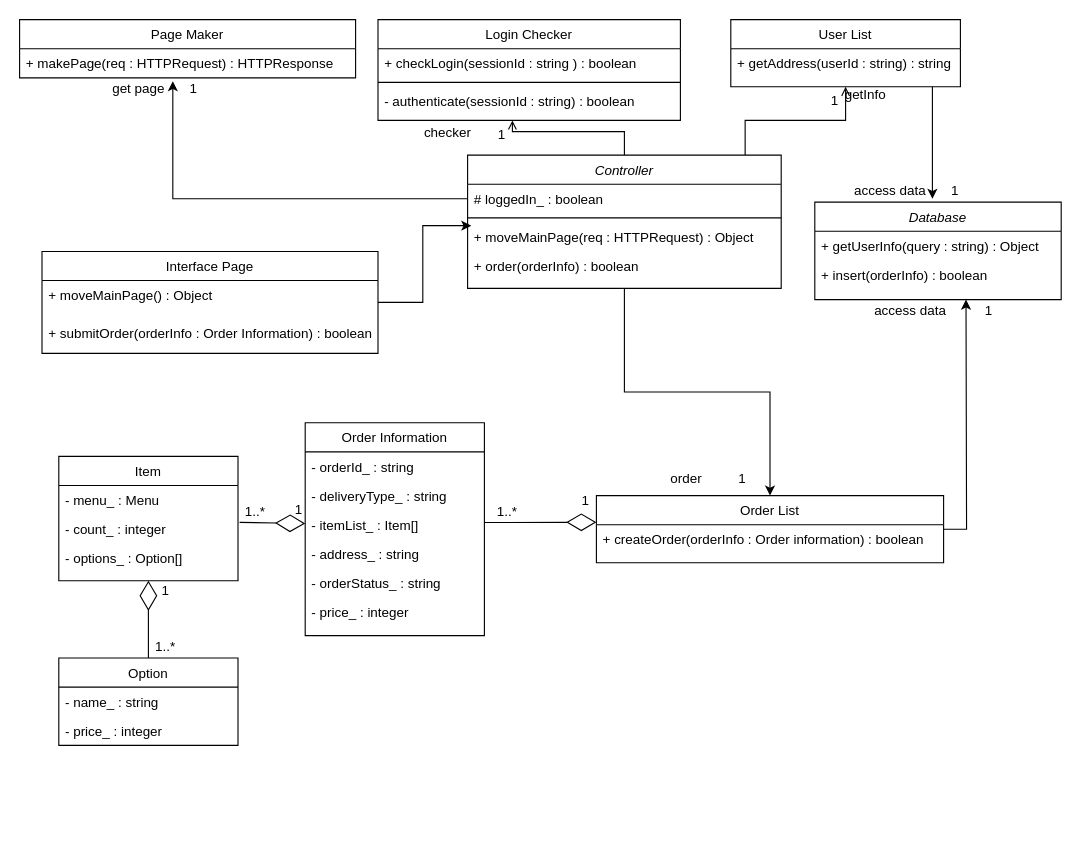
The draw.io diagram docs/SubgroupA_pizzaorder/A-class-diagram/A-UC-5-class-diagram.drawio in cau-sw-engineering-2021/online-pizza-ordering-system, before the edit. Source tidied: cells renumbered, new cells numbered last; positions are measured from the earlier drawing's top-left corner, leaving out a move shared by most shapes. Both pictures are drawn from the tidied source at 112%, with x=0, y=0 at pixel (19, 19).
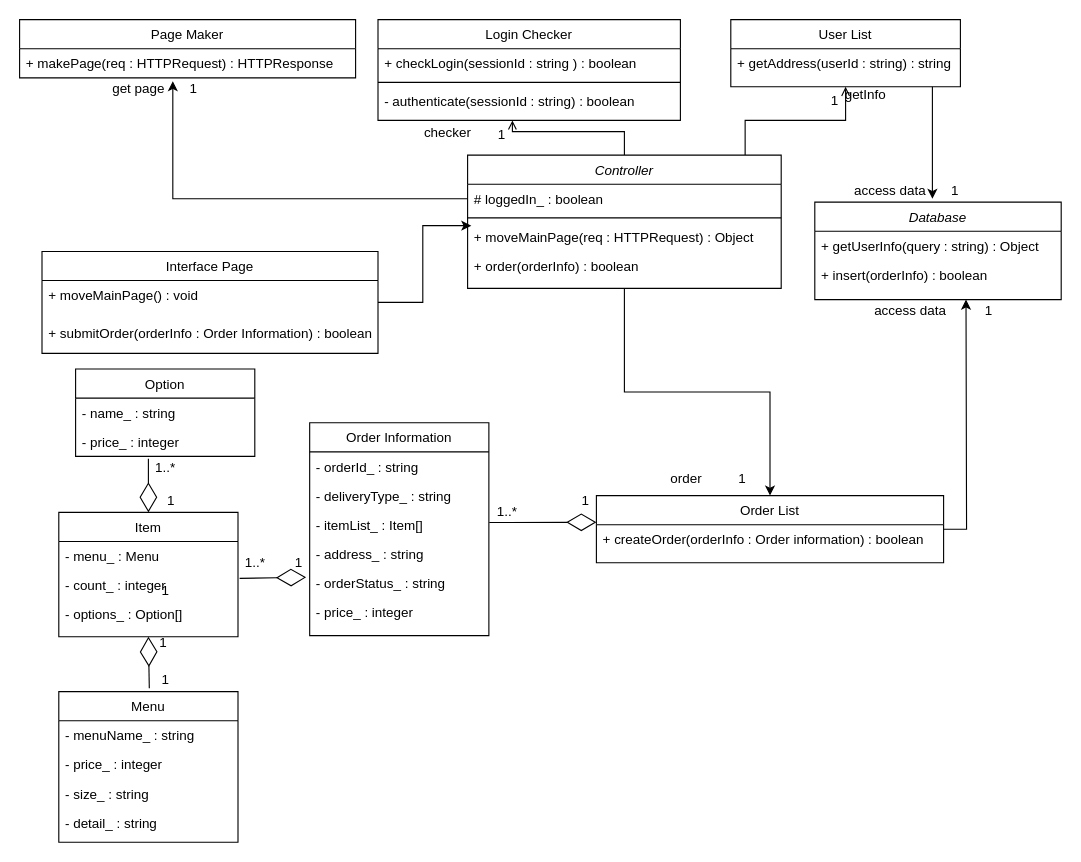
After the change.

Commit message:
Update a-uc-5 class diagram

add menu clsss

Unchanged cells that the change refers to:
```xml
<mxCell id="28" value="- orderStatus_ : string" style="text;align=left;verticalAlign=top;spacingLeft=4;spacingRight=4;overflow=hidden;points=[[0,0.5],[1,0.5]];portConstraint=eastwest;" parent="23" vertex="1">
  <mxGeometry y="130" width="160" height="26" as="geometry" />
</mxCell>
<mxCell id="39" value="Interface Page" style="swimlane;fontStyle=0;align=center;verticalAlign=top;horizontal=1;startSize=26;rounded=0;shadow=0;strokeWidth=1;" parent="1" vertex="1">
  <mxGeometry x="20" y="207" width="300" height="91" as="geometry" />
</mxCell>
<mxCell id="55" value="- count_ : integer" style="text;align=left;verticalAlign=top;spacingLeft=4;spacingRight=4;overflow=hidden;points=[[0,0.5],[1,0.5]];portConstraint=eastwest;" parent="53" vertex="1">
  <mxGeometry y="52" width="160" height="26" as="geometry" />
</mxCell>
```

What changed in the source:
```diff
@@
     <mxCell id="23" value="Order Information" style="swimlane;fontStyle=0;align=center;verticalAlign=top;horizontal=1;startSize=26;rounded=0;shadow=0;strokeWidth=1;" parent="1" vertex="1">
-      <mxGeometry x="255" y="360" width="160" height="190" as="geometry" />
+      <mxGeometry x="259" y="360" width="160" height="190" as="geometry" />
     </mxCell>
@@
-    <mxCell id="40" value="+ moveMainPage() : Object&#10;" style="text;align=left;verticalAlign=top;spacingLeft=4;spacingRight=4;overflow=hidden;" parent="39" vertex="1">
+    <mxCell id="40" value="+ moveMainPage() : void" style="text;align=left;verticalAlign=top;spacingLeft=4;spacingRight=4;overflow=hidden;" parent="39" vertex="1">
       <mxGeometry y="26" width="300" height="34" as="geometry" />
     </mxCell>
@@
-    <mxCell id="52" style="endArrow=diamondThin;endFill=0;endSize=24;html=1;exitX=1.009;exitY=0.264;exitDx=0;exitDy=0;exitPerimeter=0;entryX=0;entryY=0.397;entryDx=0;entryDy=0;entryPerimeter=0;" parent="1" edge="1" source="55">
-      <mxGeometry relative="1" as="geometry">
-        <mxPoint x="255" y="450" as="targetPoint" />
-      </mxGeometry>
+    <mxCell id="52" style="endArrow=diamondThin;endFill=0;endSize=24;html=1;exitX=1.009;exitY=0.264;exitDx=0;exitDy=0;exitPerimeter=0;entryX=-0.02;entryY=0.308;entryDx=0;entryDy=0;entryPerimeter=0;" parent="1" edge="1" source="55" target="28">
+      <mxGeometry relative="1" as="geometry" />
     </mxCell>
     <mxCell id="53" value="Item" style="swimlane;fontStyle=0;align=center;verticalAlign=top;horizontal=1;startSize=26;rounded=0;shadow=0;strokeWidth=1;" parent="1" vertex="1">
-      <mxGeometry x="35" y="390" width="160" height="111" as="geometry" />
+      <mxGeometry x="35" y="440" width="160" height="111" as="geometry" />
     </mxCell>
@@
     <mxCell id="57" value="Option" style="swimlane;fontStyle=0;align=center;verticalAlign=top;horizontal=1;startSize=26;rounded=0;shadow=0;strokeWidth=1;" parent="1" vertex="1">
-      <mxGeometry x="35" y="570" width="160" height="78" as="geometry" />
+      <mxGeometry x="50" y="312" width="160" height="78" as="geometry" />
     </mxCell>
@@
-    <mxCell id="60" style="endArrow=diamondThin;endFill=0;endSize=24;html=1;exitX=0.5;exitY=0;exitDx=0;exitDy=0;entryX=0.5;entryY=1;entryDx=0;entryDy=0;" parent="1" edge="1" source="57" target="53">
-      <mxGeometry relative="1" as="geometry" />
+    <mxCell id="60" style="endArrow=diamondThin;endFill=0;endSize=24;html=1;entryX=0.5;entryY=0;entryDx=0;entryDy=0;" parent="1" edge="1" target="53">
+      <mxGeometry relative="1" as="geometry">
+        <mxPoint x="115" y="392" as="sourcePoint" />
+      </mxGeometry>
     </mxCell>
     <mxCell id="61" value="1..*" style="text;html=1;align=center;verticalAlign=middle;strokeColor=none;" parent="1" vertex="1">
-      <mxGeometry x="195" y="430" width="30" height="20" as="geometry" />
+      <mxGeometry x="195" y="475" width="30" height="20" as="geometry" />
     </mxCell>
     <mxCell id="62" value="1" style="text;html=1;align=center;verticalAlign=middle;strokeColor=none;" parent="1" vertex="1">
-      <mxGeometry x="239" y="428" width="20" height="20" as="geometry" />
+      <mxGeometry x="239" y="475" width="20" height="20" as="geometry" />
     </mxCell>
@@
+    <mxCell id="65" value="Menu" style="swimlane;fontStyle=0;align=center;verticalAlign=top;horizontal=1;startSize=26;rounded=0;shadow=0;strokeWidth=1;" parent="1" vertex="1">
+      <mxGeometry x="35" y="600" width="160" height="134.5" as="geometry" />
+    </mxCell>
+    <mxCell id="66" value="- menuName_ : string" style="text;align=left;verticalAlign=top;spacingLeft=4;spacingRight=4;overflow=hidden;" parent="65" vertex="1">
+      <mxGeometry y="26" width="160" height="26" as="geometry" />
+    </mxCell>
+    <mxCell id="67" value="- price_ : integer" style="text;align=left;verticalAlign=top;spacingLeft=4;spacingRight=4;overflow=hidden;" parent="65" vertex="1">
+      <mxGeometry y="52" width="160" height="26" as="geometry" />
+    </mxCell>
+    <mxCell id="68" value="- size_ : string" style="text;align=left;verticalAlign=top;spacingLeft=4;spacingRight=4;overflow=hidden;" parent="65" vertex="1">
+      <mxGeometry y="78" width="160" height="26" as="geometry" />
+    </mxCell>
+    <mxCell id="69" value="- detail_ : string" style="text;align=left;verticalAlign=top;spacingLeft=4;spacingRight=4;overflow=hidden;" parent="65" vertex="1">
+      <mxGeometry y="104" width="160" height="26" as="geometry" />
+    </mxCell>
     <mxCell id="64" value="1..*" style="text;html=1;align=center;verticalAlign=middle;strokeColor=none;" parent="1" vertex="1">
-      <mxGeometry x="115" y="550" width="30" height="20" as="geometry" />
+      <mxGeometry x="115" y="390" width="30" height="20" as="geometry" />
     </mxCell>
+    <mxCell id="70" value="1" style="text;html=1;align=center;verticalAlign=middle;strokeColor=none;" parent="1" vertex="1">
+      <mxGeometry x="125" y="420" width="20" height="20" as="geometry" />
+    </mxCell>
+    <mxCell id="71" style="endArrow=diamondThin;endFill=0;endSize=24;html=1;exitX=0.505;exitY=-0.023;exitDx=0;exitDy=0;exitPerimeter=0;entryX=0.5;entryY=1;entryDx=0;entryDy=0;" parent="1" edge="1" source="65" target="53">
+      <mxGeometry relative="1" as="geometry" />
+    </mxCell>
+    <mxCell id="72" value="1" style="text;html=1;align=center;verticalAlign=middle;strokeColor=none;" parent="1" vertex="1">
+      <mxGeometry x="118" y="547" width="20" height="20" as="geometry" />
+    </mxCell>
+    <mxCell id="73" value="1" style="text;html=1;align=center;verticalAlign=middle;strokeColor=none;" parent="1" vertex="1">
+      <mxGeometry x="120" y="580" width="20" height="20" as="geometry" />
+    </mxCell>
```
